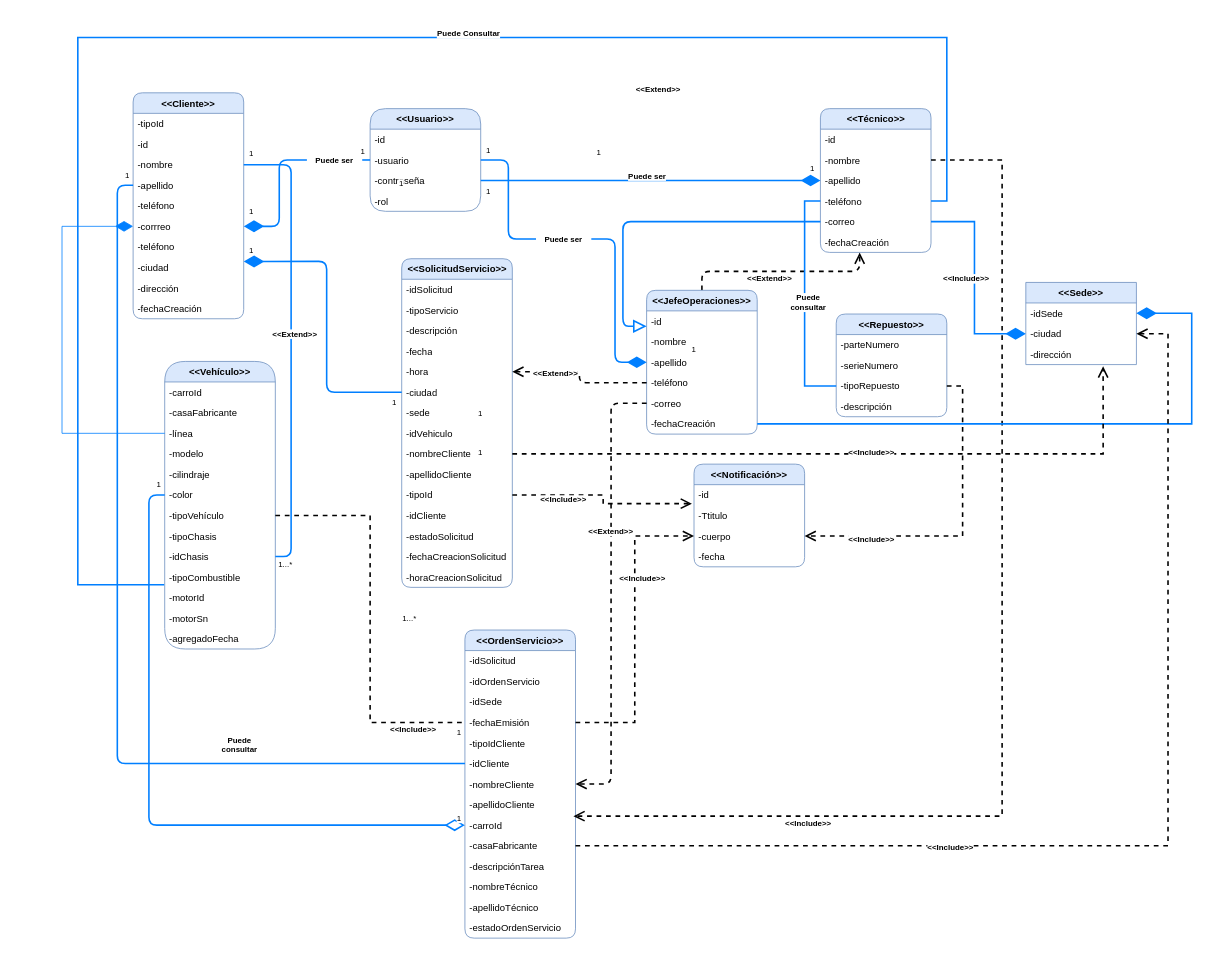
Above: Diagrama_sima.drawio in Equipo9-G10/sima (draw.io), before the change. Source tidied: cells renumbered, new cells numbered last; positions are measured from the earlier drawing's top-left corner, leaving out a move shared by most shapes. Both pictures are drawn from the tidied source at 79%, with x=0, y=0 at pixel (62, 21).
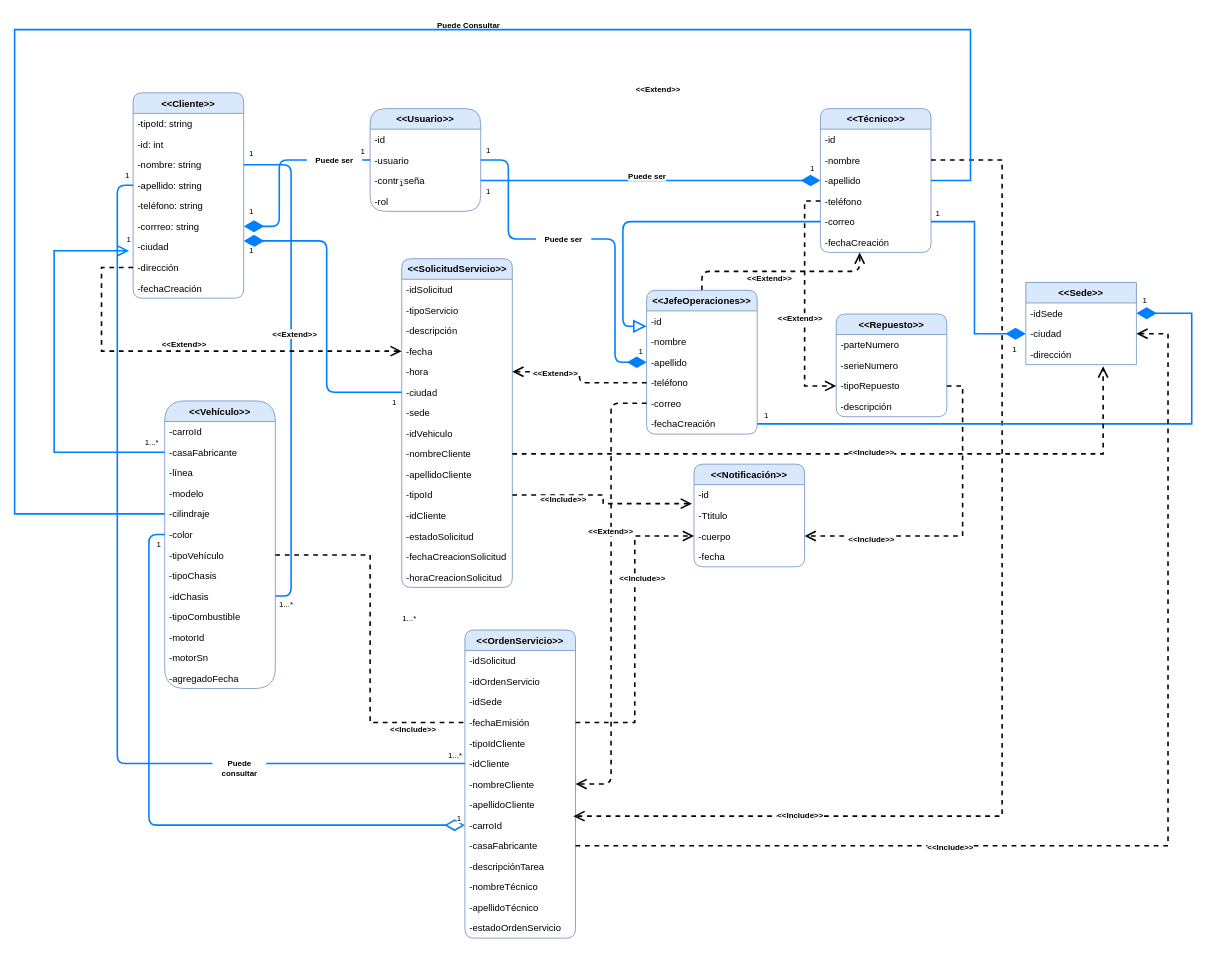
Above is the later version.

Unchanged cells that the change refers to:
```xml
<mxCell id="33" value="-apellido" style="text;strokeColor=none;fillColor=none;align=left;verticalAlign=top;spacingLeft=4;spacingRight=4;overflow=hidden;points=[[0,0.5],[1,0.5]];portConstraint=eastwest;rounded=1;labelBackgroundColor=none;fontSize=12;html=1;" parent="30" vertex="1">
  <mxGeometry y="78" width="140" height="26" as="geometry" />
</mxCell>
<mxCell id="34" value="-teléfono" style="text;strokeColor=none;fillColor=none;align=left;verticalAlign=top;spacingLeft=4;spacingRight=4;overflow=hidden;points=[[0,0.5],[1,0.5]];portConstraint=eastwest;rounded=1;labelBackgroundColor=none;fontSize=12;html=1;" parent="30" vertex="1">
  <mxGeometry y="104" width="140" height="26" as="geometry" />
</mxCell>
<mxCell id="43" value="-fecha" style="text;strokeColor=none;fillColor=none;align=left;verticalAlign=top;spacingLeft=4;spacingRight=4;overflow=hidden;points=[[0,0.5],[1,0.5]];portConstraint=eastwest;rounded=1;labelBackgroundColor=none;fontSize=12;html=1;" parent="39" vertex="1">
  <mxGeometry y="104" width="140" height="26" as="geometry" />
</mxCell>
<mxCell id="66" value="-casaFabricante" style="text;strokeColor=none;fillColor=none;align=left;verticalAlign=top;spacingLeft=4;spacingRight=4;overflow=hidden;points=[[0,0.5],[1,0.5]];portConstraint=eastwest;" parent="64" vertex="1">
  <mxGeometry y="52" width="140" height="26" as="geometry" />
</mxCell>
<mxCell id="67" value="-línea" style="text;strokeColor=none;fillColor=none;align=left;verticalAlign=top;spacingLeft=4;spacingRight=4;overflow=hidden;points=[[0,0.5],[1,0.5]];portConstraint=eastwest;" parent="64" vertex="1">
  <mxGeometry y="78" width="140" height="26" as="geometry" />
</mxCell>
<mxCell id="69" value="-cilindraje" style="text;strokeColor=none;fillColor=none;align=left;verticalAlign=top;spacingLeft=4;spacingRight=4;overflow=hidden;points=[[0,0.5],[1,0.5]];portConstraint=eastwest;" parent="64" vertex="1">
  <mxGeometry y="130" width="140" height="26" as="geometry" />
</mxCell>
<mxCell id="75" value="-motorId" style="text;strokeColor=none;fillColor=none;align=left;verticalAlign=top;spacingLeft=4;spacingRight=4;overflow=hidden;points=[[0,0.5],[1,0.5]];portConstraint=eastwest;" parent="64" vertex="1">
  <mxGeometry y="286" width="140" height="26" as="geometry" />
</mxCell>
<mxCell id="116" value="-tipoRepuesto" style="text;strokeColor=none;fillColor=none;align=left;verticalAlign=top;spacingLeft=4;spacingRight=4;overflow=hidden;points=[[0,0.5],[1,0.5]];portConstraint=eastwest;rounded=1;glass=0;fontSize=12;" parent="113" vertex="1">
  <mxGeometry y="78" width="140" height="26" as="geometry" />
</mxCell>
```

The edit, as a diff of the source:
```diff
@@
     <mxCell id="2" value="&lt;&lt;Cliente&gt;&gt;" style="swimlane;fontStyle=1;horizontal=1;startSize=26;fillColor=#dae8fc;strokeColor=#6c8ebf;rounded=1;" parent="1" vertex="1">
-      <mxGeometry x="90" y="90" width="140" height="286" as="geometry" />
+      <mxGeometry x="90" y="90" width="140" height="260" as="geometry" />
     </mxCell>
-    <mxCell id="3" value="-tipoId" style="text;strokeColor=none;fillColor=none;align=left;verticalAlign=top;spacingLeft=4;spacingRight=4;overflow=hidden;rounded=1;" parent="2" vertex="1">
+    <mxCell id="3" value="-tipoId: string" style="text;strokeColor=none;fillColor=none;align=left;verticalAlign=top;spacingLeft=4;spacingRight=4;overflow=hidden;rounded=1;" parent="2" vertex="1">
       <mxGeometry y="26" width="140" height="26" as="geometry" />
     </mxCell>
-    <mxCell id="4" value="-id" style="text;strokeColor=none;fillColor=none;align=left;verticalAlign=top;spacingLeft=4;spacingRight=4;overflow=hidden;rounded=1;" parent="2" vertex="1">
+    <mxCell id="4" value="-id: int" style="text;strokeColor=none;fillColor=none;align=left;verticalAlign=top;spacingLeft=4;spacingRight=4;overflow=hidden;rounded=1;" parent="2" vertex="1">
       <mxGeometry y="52" width="140" height="26" as="geometry" />
     </mxCell>
-    <mxCell id="5" value="-nombre" style="text;strokeColor=none;fillColor=none;align=left;verticalAlign=top;spacingLeft=4;spacingRight=4;overflow=hidden;points=[[0,0.5],[1,0.5]];portConstraint=eastwest;rounded=1;" parent="2" vertex="1">
+    <mxCell id="5" value="-nombre: string" style="text;strokeColor=none;fillColor=none;align=left;verticalAlign=top;spacingLeft=4;spacingRight=4;overflow=hidden;points=[[0,0.5],[1,0.5]];portConstraint=eastwest;rounded=1;" parent="2" vertex="1">
       <mxGeometry y="78" width="140" height="26" as="geometry" />
     </mxCell>
-    <mxCell id="6" value="-apellido" style="text;strokeColor=none;fillColor=none;align=left;verticalAlign=top;spacingLeft=4;spacingRight=4;overflow=hidden;points=[[0,0.5],[1,0.5]];portConstraint=eastwest;rounded=1;" parent="2" vertex="1">
+    <mxCell id="6" value="-apellido: string" style="text;strokeColor=none;fillColor=none;align=left;verticalAlign=top;spacingLeft=4;spacingRight=4;overflow=hidden;points=[[0,0.5],[1,0.5]];portConstraint=eastwest;rounded=1;" parent="2" vertex="1">
       <mxGeometry y="104" width="140" height="26" as="geometry" />
     </mxCell>
-    <mxCell id="7" value="-teléfono" style="text;strokeColor=none;fillColor=none;align=left;verticalAlign=top;spacingLeft=4;spacingRight=4;overflow=hidden;rounded=1;" parent="2" vertex="1">
+    <mxCell id="7" value="-teléfono: string" style="text;strokeColor=none;fillColor=none;align=left;verticalAlign=top;spacingLeft=4;spacingRight=4;overflow=hidden;rounded=1;" parent="2" vertex="1">
       <mxGeometry y="130" width="140" height="26" as="geometry" />
     </mxCell>
-    <mxCell id="8" value="-corrreo" style="text;strokeColor=none;fillColor=none;align=left;verticalAlign=top;spacingLeft=4;spacingRight=4;overflow=hidden;points=[[0,0.5],[1,0.5]];portConstraint=eastwest;rounded=1;" parent="2" vertex="1">
+    <mxCell id="8" value="-corrreo: string" style="text;strokeColor=none;fillColor=none;align=left;verticalAlign=top;spacingLeft=4;spacingRight=4;overflow=hidden;points=[[0,0.5],[1,0.5]];portConstraint=eastwest;rounded=1;" parent="2" vertex="1">
       <mxGeometry y="156" width="140" height="26" as="geometry" />
     </mxCell>
-    <mxCell id="9" value="-teléfono" style="text;strokeColor=none;fillColor=none;align=left;verticalAlign=top;spacingLeft=4;spacingRight=4;overflow=hidden;rounded=1;" parent="2" vertex="1">
-      <mxGeometry y="182" width="140" height="26" as="geometry" />
-    </mxCell>
     <mxCell id="10" value="-ciudad" style="text;strokeColor=none;fillColor=none;align=left;verticalAlign=top;spacingLeft=4;spacingRight=4;overflow=hidden;points=[[0,0.5],[1,0.5]];portConstraint=eastwest;rounded=1;" parent="2" vertex="1">
-      <mxGeometry y="208" width="140" height="26" as="geometry" />
+      <mxGeometry y="182" width="140" height="26" as="geometry" />
     </mxCell>
     <mxCell id="11" value="-dirección" style="text;strokeColor=none;fillColor=none;align=left;verticalAlign=top;spacingLeft=4;spacingRight=4;overflow=hidden;points=[[0,0.5],[1,0.5]];portConstraint=eastwest;rounded=1;" parent="2" vertex="1">
-      <mxGeometry y="234" width="140" height="26" as="geometry" />
+      <mxGeometry y="208" width="140" height="26" as="geometry" />
     </mxCell>
     <mxCell id="12" value="-fechaCreación" style="text;strokeColor=none;fillColor=none;align=left;verticalAlign=top;spacingLeft=4;spacingRight=4;overflow=hidden;rounded=1;" parent="2" vertex="1">
-      <mxGeometry y="260" width="140" height="26" as="geometry" />
+      <mxGeometry y="234" width="140" height="26" as="geometry" />
     </mxCell>
@@
     <mxCell id="55" value="1" style="text;html=1;strokeColor=none;fillColor=none;align=center;verticalAlign=middle;whiteSpace=wrap;rounded=0;labelBackgroundColor=default;fontSize=10;" parent="1" vertex="1">
-      <mxGeometry x="660" y="150" width="40" height="30" as="geometry" />
+      <mxGeometry x="713" y="402" width="40" height="30" as="geometry" />
     </mxCell>
     <mxCell id="56" value="1" style="text;html=1;strokeColor=none;fillColor=none;align=center;verticalAlign=middle;whiteSpace=wrap;rounded=0;labelBackgroundColor=default;fontSize=10;" parent="1" vertex="1">
-      <mxGeometry x="780" y="400" width="40" height="30" as="geometry" />
+      <mxGeometry x="872" y="483" width="40" height="30" as="geometry" />
     </mxCell>
@@
     <mxCell id="61" value="1" style="text;html=1;strokeColor=none;fillColor=none;align=center;verticalAlign=middle;whiteSpace=wrap;rounded=0;labelBackgroundColor=default;fontSize=10;" parent="1" vertex="1">
-      <mxGeometry x="500" y="480" width="60" height="30" as="geometry" />
+      <mxGeometry x="65" y="260" width="40" height="30" as="geometry" />
     </mxCell>
@@
-    <mxCell id="63" value="1" style="text;html=1;strokeColor=none;fillColor=none;align=center;verticalAlign=middle;whiteSpace=wrap;rounded=0;labelBackgroundColor=default;fontSize=10;" parent="1" vertex="1">
-      <mxGeometry x="500" y="530" width="60" height="30" as="geometry" />
+    <mxCell id="63" value="1...*" style="text;html=1;strokeColor=none;fillColor=none;align=center;verticalAlign=middle;whiteSpace=wrap;rounded=0;labelBackgroundColor=default;fontSize=10;" parent="1" vertex="1">
+      <mxGeometry x="84" y="517" width="60" height="30" as="geometry" />
     </mxCell>
     <mxCell id="64" value="&lt;&lt;Vehículo&gt;&gt;" style="swimlane;fontStyle=1;horizontal=1;startSize=26;fillColor=#dae8fc;strokeColor=#6c8ebf;rounded=1;arcSize=50;" parent="1" vertex="1">
-      <mxGeometry x="130" y="430" width="140" height="364" as="geometry" />
+      <mxGeometry x="130" y="480" width="140" height="364" as="geometry" />
     </mxCell>
@@
     <mxCell id="79" value="1...*" style="text;html=1;strokeColor=none;fillColor=none;align=center;verticalAlign=middle;whiteSpace=wrap;rounded=0;labelBackgroundColor=default;fontSize=10;" parent="1" vertex="1">
-      <mxGeometry x="253" y="672" width="60" height="30" as="geometry" />
+      <mxGeometry x="254" y="722" width="60" height="30" as="geometry" />
     </mxCell>
@@
-    <mxCell id="118" value="1" style="text;html=1;strokeColor=none;fillColor=none;align=center;verticalAlign=middle;whiteSpace=wrap;rounded=0;labelBackgroundColor=default;fontSize=10;fontStyle=0;" parent="1" vertex="1">
-      <mxGeometry x="483" y="885" width="40" height="30" as="geometry" />
+    <mxCell id="118" value="1...*" style="text;html=1;strokeColor=none;fillColor=none;align=center;verticalAlign=middle;whiteSpace=wrap;rounded=0;labelBackgroundColor=default;fontSize=10;fontStyle=0;" parent="1" vertex="1">
+      <mxGeometry x="478" y="913" width="40" height="30" as="geometry" />
     </mxCell>
     <mxCell id="119" value="1" style="text;html=1;strokeColor=none;fillColor=none;align=center;verticalAlign=middle;whiteSpace=wrap;rounded=0;labelBackgroundColor=default;fontSize=10;fontStyle=0;" parent="1" vertex="1">
-      <mxGeometry x="103" y="570" width="40" height="30" as="geometry" />
+      <mxGeometry x="103" y="646" width="40" height="30" as="geometry" />
     </mxCell>
@@
     <mxCell id="121" value="Puede consultar" style="rounded=1;fontSize=10;strokeColor=none;fillColor=none;fontStyle=1;labelBackgroundColor=default;html=1;whiteSpace=wrap;" parent="1" vertex="1">
-      <mxGeometry x="190" y="900" width="70" height="30" as="geometry" />
+      <mxGeometry x="190" y="930" width="70" height="30" as="geometry" />
     </mxCell>
@@
-    <mxCell id="130" style="edgeStyle=orthogonalEdgeStyle;rounded=0;jettySize=auto;html=1;exitX=0;exitY=0.5;exitDx=0;exitDy=0;entryX=0;entryY=0.5;entryDx=0;entryDy=0;strokeColor=#007FFF;endArrow=diamondThin;endFill=1;endSize=20;" parent="1" edge="1" source="67" target="8">
-      <mxGeometry relative="1" as="geometry">
-        <Array as="points">
-          <mxPoint y="521" />
-          <mxPoint y="259" />
-        </Array>
-      </mxGeometry>
-    </mxCell>
-    <mxCell id="131" value="&amp;lt;&amp;lt;Include&amp;gt;&amp;gt;" style="rounded=1;fontSize=10;strokeColor=none;fillColor=none;fontStyle=1;labelBackgroundColor=default;html=1;whiteSpace=wrap;" parent="1" vertex="1">
-      <mxGeometry x="910" y="1000" width="70" height="30" as="geometry" />
-    </mxCell>
-    <mxCell id="132" style="edgeStyle=orthogonalEdgeStyle;rounded=0;jettySize=auto;html=1;exitX=1;exitY=0.5;exitDx=0;exitDy=0;entryX=-0.005;entryY=-0.128;entryDx=0;entryDy=0;entryPerimeter=0;endArrow=none;endFill=0;endSize=20;strokeColor=#007FFF;strokeWidth=2;" parent="1" edge="1" source="34" target="75">
-      <mxGeometry relative="1" as="geometry">
-        <Array as="points">
-          <mxPoint x="1120" y="227" />
-          <mxPoint x="1120" y="20" />
-          <mxPoint x="20" y="20" />
-          <mxPoint x="20" y="713" />
-        </Array>
-      </mxGeometry>
-    </mxCell>
     <mxCell id="133" value="Puede Consultar" style="rounded=1;fontSize=10;strokeColor=none;fillColor=none;fontStyle=1;labelBackgroundColor=default;html=1;whiteSpace=wrap;" parent="1" vertex="1">
-      <mxGeometry x="470" width="90" height="30" as="geometry" />
+      <mxGeometry x="470" y="-10" width="90" height="30" as="geometry" />
     </mxCell>
@@
-    <mxCell id="142" value="&amp;lt;&amp;lt;Include&amp;gt;&amp;gt;" style="rounded=1;fontSize=10;strokeColor=none;fillColor=none;fontStyle=1;labelBackgroundColor=default;html=1;whiteSpace=wrap;" parent="1" vertex="1">
-      <mxGeometry x="1110" y="310" width="70" height="30" as="geometry" />
-    </mxCell>
@@
-    <mxCell id="148" style="edgeStyle=orthogonalEdgeStyle;rounded=0;jettySize=auto;html=1;exitX=0;exitY=0.5;exitDx=0;exitDy=0;entryX=0;entryY=0.5;entryDx=0;entryDy=0;endArrow=none;endFill=0;endSize=10;strokeColor=#007FFF;strokeWidth=2;" parent="1" edge="1" source="34" target="116">
+    <mxCell id="148" style="edgeStyle=orthogonalEdgeStyle;rounded=0;jettySize=auto;html=1;exitX=0;exitY=0.5;exitDx=0;exitDy=0;entryX=0;entryY=0.5;entryDx=0;entryDy=0;endArrow=open;endFill=0;endSize=10;strokeColor=#000000;strokeWidth=2;dashed=1;" parent="1" edge="1" source="34" target="116">
       <mxGeometry relative="1" as="geometry" />
     </mxCell>
@@
-    <mxCell id="153" value="Puede consultar" style="rounded=1;fontSize=10;strokeColor=none;fillColor=none;fontStyle=1;labelBackgroundColor=default;html=1;whiteSpace=wrap;" parent="1" vertex="1">
-      <mxGeometry x="910" y="340" width="70" height="30" as="geometry" />
-    </mxCell>
+    <mxCell id="154" value="&amp;lt;&amp;lt;Extend&amp;gt;&amp;gt;" style="rounded=1;fontSize=10;strokeColor=none;fillColor=none;fontStyle=1;labelBackgroundColor=default;html=1;whiteSpace=wrap;" parent="1" vertex="1">
+      <mxGeometry x="900" y="360" width="70" height="30" as="geometry" />
+    </mxCell>
+    <mxCell id="155" style="edgeStyle=orthogonalEdgeStyle;rounded=0;jettySize=auto;html=1;entryX=0;entryY=0.5;entryDx=0;entryDy=0;dashed=1;endArrow=open;endFill=0;endSize=10;strokeColor=#000000;strokeWidth=2;exitX=0;exitY=0.5;exitDx=0;exitDy=0;" parent="1" edge="1" source="11" target="43">
+      <mxGeometry relative="1" as="geometry">
+        <Array as="points">
+          <mxPoint x="50" y="311" />
+          <mxPoint x="50" y="417" />
+        </Array>
+      </mxGeometry>
+    </mxCell>
+    <mxCell id="156" value="&amp;lt;&amp;lt;Extend&amp;gt;&amp;gt;" style="rounded=1;fontSize=10;strokeColor=none;fillColor=none;fontStyle=1;labelBackgroundColor=default;html=1;whiteSpace=wrap;" parent="1" vertex="1">
+      <mxGeometry x="120" y="393" width="70" height="30" as="geometry" />
+    </mxCell>
+    <mxCell id="157" style="edgeStyle=orthogonalEdgeStyle;rounded=0;jettySize=auto;html=1;exitX=0;exitY=0.5;exitDx=0;exitDy=0;entryX=0.5;entryY=1;entryDx=0;entryDy=0;endArrow=open;endFill=0;endSize=10;strokeColor=#007FFF;strokeWidth=2;" parent="1" edge="1" source="66" target="61">
+      <mxGeometry relative="1" as="geometry">
+        <Array as="points">
+          <mxPoint x="-10" y="545" />
+          <mxPoint x="-10" y="290" />
+        </Array>
+      </mxGeometry>
+    </mxCell>
+    <mxCell id="158" style="edgeStyle=orthogonalEdgeStyle;rounded=0;jettySize=auto;html=1;exitX=1;exitY=0.5;exitDx=0;exitDy=0;entryX=0;entryY=0.5;entryDx=0;entryDy=0;endArrow=none;endFill=0;endSize=10;strokeColor=#007FFF;strokeWidth=2;" parent="1" edge="1" source="33" target="69">
+      <mxGeometry relative="1" as="geometry">
+        <Array as="points">
+          <mxPoint x="1150" y="201" />
+          <mxPoint x="1150" y="10" />
+          <mxPoint x="-60" y="10" />
+          <mxPoint x="-60" y="623" />
+        </Array>
+      </mxGeometry>
+    </mxCell>
+    <mxCell id="159" value="1" style="text;html=1;strokeColor=none;fillColor=none;align=center;verticalAlign=middle;whiteSpace=wrap;rounded=0;labelBackgroundColor=default;fontSize=10;" parent="1" vertex="1">
+      <mxGeometry x="1351" y="337" width="40" height="30" as="geometry" />
+    </mxCell>
+    <mxCell id="160" value="1" style="text;html=1;strokeColor=none;fillColor=none;align=center;verticalAlign=middle;whiteSpace=wrap;rounded=0;labelBackgroundColor=default;fontSize=10;" parent="1" vertex="1">
+      <mxGeometry x="1089" y="227" width="40" height="30" as="geometry" />
+    </mxCell>
+    <mxCell id="161" value="1" style="text;html=1;strokeColor=none;fillColor=none;align=center;verticalAlign=middle;whiteSpace=wrap;rounded=0;labelBackgroundColor=default;fontSize=10;" parent="1" vertex="1">
+      <mxGeometry x="1186" y="400" width="40" height="30" as="geometry" />
+    </mxCell>
+    <mxCell id="162" value="&amp;lt;&amp;lt;Include&amp;gt;&amp;gt;" style="rounded=1;fontSize=10;strokeColor=none;fillColor=none;fontStyle=1;labelBackgroundColor=default;html=1;whiteSpace=wrap;" parent="1" vertex="1">
+      <mxGeometry x="900" y="990" width="70" height="30" as="geometry" />
+    </mxCell>
```
